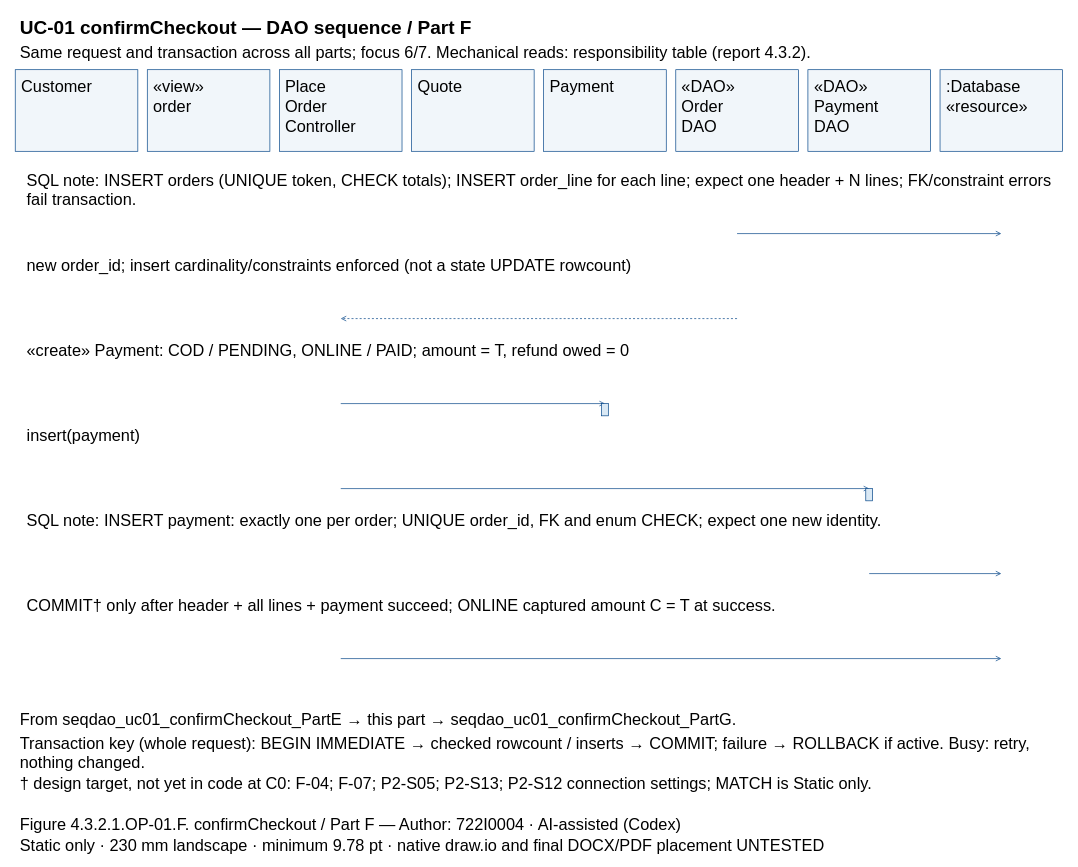
Above: models/UC-01/seqdao_uc01_confirmCheckout_PartF.drawio in Dat071104/SaigonBite (draw.io), before the change. Source tidied: cells renumbered, new cells numbered last; positions are measured from the earlier drawing's top-left corner, leaving out a move shared by most shapes. Both pictures are drawn from the tidied source at 68%, with x=0, y=0 at pixel (15, 12).
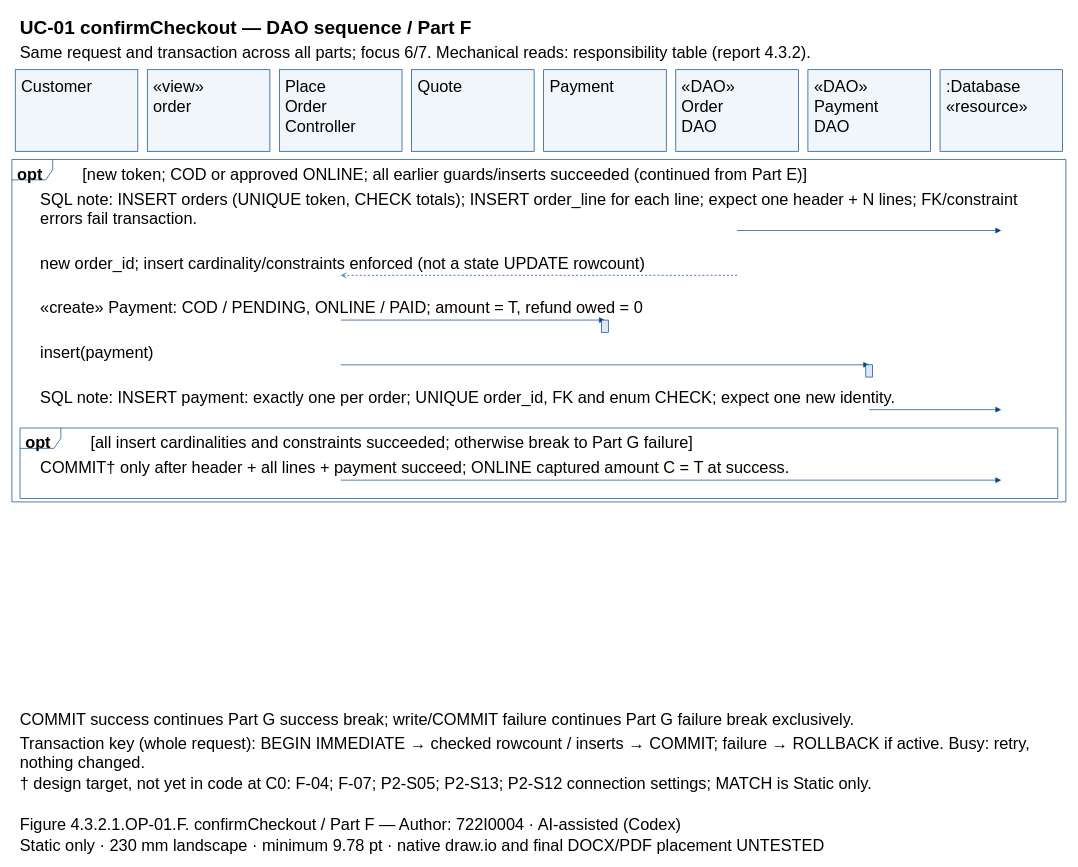
The same diagram, later.

Change to the diagram source:
```diff
@@
+    <mxCell id="51" style="shape=umlFrame;fillColor=none;strokeColor=#004387;" parent="1" vertex="1">
+      <mxGeometry x="-5" y="217" width="1550" height="503.6" as="geometry" />
+    </mxCell>
+    <mxCell id="52" style="shape=umlFrame;fillColor=none;strokeColor=#004387;" parent="1" vertex="1">
+      <mxGeometry x="7" y="611.9" width="1526" height="103.7" as="geometry" />
+    </mxCell>
@@
-    <mxCell id="5" value="Customer" style="text;html=0;whiteSpace=wrap;align=left;verticalAlign=top;strokeColor=none;fillColor=none;fontFamily=Arial;fontSize=24;fontStyle=0;" parent="1" vertex="1">
-      <mxGeometry x="6.9" y="90" width="166.3" height="27.8" as="geometry" />
-    </mxCell>
+    <mxCell id="7" value="Customer" style="text;html=0;whiteSpace=wrap;align=left;verticalAlign=top;strokeColor=none;fillColor=none;fontFamily=Arial;fontSize=24;fontStyle=0;" parent="1" vertex="1">
+      <mxGeometry x="6.9" y="90" width="166.3" height="27.8" as="geometry" />
+    </mxCell>
@@
-    <mxCell id="7" value="«view»&#10;order" style="text;html=0;whiteSpace=wrap;align=left;verticalAlign=top;strokeColor=none;fillColor=none;fontFamily=Arial;fontSize=24;fontStyle=0;" parent="1" vertex="1">
-      <mxGeometry x="201.1" y="90" width="166.3" height="55.7" as="geometry" />
-    </mxCell>
+    <mxCell id="9" value="«view»&#10;order" style="text;html=0;whiteSpace=wrap;align=left;verticalAlign=top;strokeColor=none;fillColor=none;fontFamily=Arial;fontSize=24;fontStyle=0;" parent="1" vertex="1">
+      <mxGeometry x="201.1" y="90" width="166.3" height="55.7" as="geometry" />
+    </mxCell>
@@
-    <mxCell id="9" value="Place&#10;Order&#10;Controller" style="text;html=0;whiteSpace=wrap;align=left;verticalAlign=top;strokeColor=none;fillColor=none;fontFamily=Arial;fontSize=24;fontStyle=0;" parent="1" vertex="1">
-      <mxGeometry x="395.4" y="90" width="166.3" height="83.5" as="geometry" />
-    </mxCell>
+    <mxCell id="11" value="Place&#10;Order&#10;Controller" style="text;html=0;whiteSpace=wrap;align=left;verticalAlign=top;strokeColor=none;fillColor=none;fontFamily=Arial;fontSize=24;fontStyle=0;" parent="1" vertex="1">
+      <mxGeometry x="395.4" y="90" width="166.3" height="83.5" as="geometry" />
+    </mxCell>
@@
-    <mxCell id="11" value="Quote" style="text;html=0;whiteSpace=wrap;align=left;verticalAlign=top;strokeColor=none;fillColor=none;fontFamily=Arial;fontSize=24;fontStyle=0;" parent="1" vertex="1">
-      <mxGeometry x="589.7" y="90" width="166.3" height="27.8" as="geometry" />
-    </mxCell>
+    <mxCell id="13" value="Quote" style="text;html=0;whiteSpace=wrap;align=left;verticalAlign=top;strokeColor=none;fillColor=none;fontFamily=Arial;fontSize=24;fontStyle=0;" parent="1" vertex="1">
+      <mxGeometry x="589.7" y="90" width="166.3" height="27.8" as="geometry" />
+    </mxCell>
@@
-    <mxCell id="13" value="Payment" style="text;html=0;whiteSpace=wrap;align=left;verticalAlign=top;strokeColor=none;fillColor=none;fontFamily=Arial;fontSize=24;fontStyle=0;" parent="1" vertex="1">
-      <mxGeometry x="784" y="90" width="166.3" height="27.8" as="geometry" />
-    </mxCell>
+    <mxCell id="15" value="Payment" style="text;html=0;whiteSpace=wrap;align=left;verticalAlign=top;strokeColor=none;fillColor=none;fontFamily=Arial;fontSize=24;fontStyle=0;" parent="1" vertex="1">
+      <mxGeometry x="784" y="90" width="166.3" height="27.8" as="geometry" />
+    </mxCell>
@@
-    <mxCell id="15" value="«DAO»&#10;Order&#10;DAO" style="text;html=0;whiteSpace=wrap;align=left;verticalAlign=top;strokeColor=none;fillColor=none;fontFamily=Arial;fontSize=24;fontStyle=0;" parent="1" vertex="1">
-      <mxGeometry x="978.3" y="90" width="166.3" height="83.5" as="geometry" />
-    </mxCell>
+    <mxCell id="17" value="«DAO»&#10;Order&#10;DAO" style="text;html=0;whiteSpace=wrap;align=left;verticalAlign=top;strokeColor=none;fillColor=none;fontFamily=Arial;fontSize=24;fontStyle=0;" parent="1" vertex="1">
+      <mxGeometry x="978.3" y="90" width="166.3" height="83.5" as="geometry" />
+    </mxCell>
@@
-    <mxCell id="17" value="«DAO»&#10;Payment&#10;DAO" style="text;html=0;whiteSpace=wrap;align=left;verticalAlign=top;strokeColor=none;fillColor=none;fontFamily=Arial;fontSize=24;fontStyle=0;" parent="1" vertex="1">
-      <mxGeometry x="1172.6" y="90" width="166.3" height="83.5" as="geometry" />
-    </mxCell>
+    <mxCell id="19" value="«DAO»&#10;Payment&#10;DAO" style="text;html=0;whiteSpace=wrap;align=left;verticalAlign=top;strokeColor=none;fillColor=none;fontFamily=Arial;fontSize=24;fontStyle=0;" parent="1" vertex="1">
+      <mxGeometry x="1172.6" y="90" width="166.3" height="83.5" as="geometry" />
+    </mxCell>
@@
-    <mxCell id="19" value=":Database&#10;«resource»" style="text;html=0;whiteSpace=wrap;align=left;verticalAlign=top;strokeColor=none;fillColor=none;fontFamily=Arial;fontSize=24;fontStyle=0;" parent="1" vertex="1">
-      <mxGeometry x="1366.9" y="90" width="166.3" height="55.7" as="geometry" />
-    </mxCell>
+    <mxCell id="53" value=":Database&#10;«resource»" style="text;html=0;whiteSpace=wrap;align=left;verticalAlign=top;strokeColor=none;fillColor=none;fontFamily=Arial;fontSize=24;fontStyle=0;" parent="1" vertex="1">
+      <mxGeometry x="1366.9" y="90" width="166.3" height="55.7" as="geometry" />
+    </mxCell>
+    <mxCell id="54" value="opt" style="text;html=0;whiteSpace=wrap;align=left;verticalAlign=top;strokeColor=none;fillColor=none;fontFamily=Arial;fontSize=24;fontStyle=1;" parent="1" vertex="1">
+      <mxGeometry x="1" y="218" width="84" height="27.8" as="geometry" />
+    </mxCell>
+    <mxCell id="55" value="[new token; COD or approved ONLINE; all earlier guards/inserts succeeded (continued from Part E)]" style="text;html=0;whiteSpace=wrap;align=left;verticalAlign=top;strokeColor=none;fillColor=none;fontFamily=Arial;fontSize=24;fontStyle=0;" parent="1" vertex="1">
+      <mxGeometry x="97" y="218" width="1438" height="27.8" as="geometry" />
+    </mxCell>
+    <mxCell id="56" value="opt" style="text;html=0;whiteSpace=wrap;align=left;verticalAlign=top;strokeColor=none;fillColor=none;fontFamily=Arial;fontSize=24;fontStyle=1;" parent="1" vertex="1">
+      <mxGeometry x="13" y="612.9" width="84" height="27.8" as="geometry" />
+    </mxCell>
+    <mxCell id="57" value="[all insert cardinalities and constraints succeeded; otherwise break to Part G failure]" style="text;html=0;whiteSpace=wrap;align=left;verticalAlign=top;strokeColor=none;fillColor=none;fontFamily=Arial;fontSize=24;fontStyle=0;" parent="1" vertex="1">
+      <mxGeometry x="109" y="612.9" width="1414" height="27.8" as="geometry" />
+    </mxCell>
-    <mxCell id="20" value="SQL note: INSERT orders (UNIQUE token, CHECK totals); INSERT order_line for each line; expect one header + N lines; FK/constraint errors&#10;fail transaction." style="text;html=0;whiteSpace=wrap;align=left;verticalAlign=top;strokeColor=none;fillColor=none;fontFamily=Arial;fontSize=24;fontStyle=0;" parent="1" vertex="1">
-      <mxGeometry x="15" y="227" width="1510" height="55.7" as="geometry" />
+    <mxCell id="20" value="SQL note: INSERT orders (UNIQUE token, CHECK totals); INSERT order_line for each line; expect one header + N lines; FK/constraint&#10;errors fail transaction." style="text;html=0;whiteSpace=wrap;align=left;verticalAlign=top;strokeColor=none;fillColor=none;fontFamily=Arial;fontSize=24;fontStyle=0;" parent="1" vertex="1">
+      <mxGeometry x="35" y="254.8" width="1470" height="55.7" as="geometry" />
     </mxCell>
     <mxCell id="21" style="opacity=0;" parent="1" vertex="1">
-      <mxGeometry x="1061.4" y="326" as="geometry" />
+      <mxGeometry x="1061.4" y="321.5" as="geometry" />
     </mxCell>
     <mxCell id="22" style="opacity=0;" parent="1" vertex="1">
-      <mxGeometry x="1450" y="326" as="geometry" />
+      <mxGeometry x="1450" y="321.5" as="geometry" />
     </mxCell>
-    <mxCell id="23" style="edgeStyle=none;endArrow=open;strokeColor=#004387;exitX=0.5;entryX=0.5;exitPerimeter=0;entryPerimeter=0;" parent="1" edge="1" source="21" target="22">
+    <mxCell id="23" style="edgeStyle=none;endArrow=block;endFill=1;strokeColor=#004387;exitX=0.5;entryX=0.5;exitPerimeter=0;entryPerimeter=0;" parent="1" edge="1" source="21" target="22">
       <mxGeometry relative="1" as="geometry" />
     </mxCell>
     <mxCell id="24" value="new order_id; insert cardinality/constraints enforced (not a state UPDATE rowcount)" style="text;html=0;whiteSpace=wrap;align=left;verticalAlign=top;strokeColor=none;fillColor=none;fontFamily=Arial;fontSize=24;fontStyle=0;" parent="1" vertex="1">
-      <mxGeometry x="15" y="352" width="1510" height="27.8" as="geometry" />
+      <mxGeometry x="35" y="348.5" width="1470" height="27.8" as="geometry" />
     </mxCell>
     <mxCell id="25" style="opacity=0;" parent="1" vertex="1">
-      <mxGeometry x="1061.4" y="451" as="geometry" />
+      <mxGeometry x="1061.4" y="387.4" as="geometry" />
     </mxCell>
     <mxCell id="26" style="opacity=0;" parent="1" vertex="1">
-      <mxGeometry x="478.6" y="451" as="geometry" />
+      <mxGeometry x="478.6" y="387.4" as="geometry" />
     </mxCell>
-    <mxCell id="27" style="edgeStyle=none;endArrow=open;strokeColor=#004387;dashed=1;exitX=0.5;entryX=0.5;exitPerimeter=0;entryPerimeter=0;" parent="1" edge="1" source="25" target="26">
+    <mxCell id="27" style="edgeStyle=none;endArrow=open;endFill=0;strokeColor=#004387;dashed=1;exitX=0.5;entryX=0.5;exitPerimeter=0;entryPerimeter=0;" parent="1" edge="1" source="25" target="26">
       <mxGeometry relative="1" as="geometry" />
     </mxCell>
-    <mxCell id="28" value="«create» Payment: COD / PENDING, ONLINE / PAID; amount = T, refund owed = 0" style="text;html=0;whiteSpace=wrap;align=left;verticalAlign=top;strokeColor=none;fillColor=none;fontFamily=Arial;fontSize=24;fontStyle=0;" parent="1" vertex="1">
-      <mxGeometry x="15" y="477" width="1510" height="27.8" as="geometry" />
-    </mxCell>
+    <mxCell id="38" value="«create» Payment: COD / PENDING, ONLINE / PAID; amount = T, refund owed = 0" style="text;html=0;whiteSpace=wrap;align=left;verticalAlign=top;strokeColor=none;fillColor=none;fontFamily=Arial;fontSize=24;fontStyle=0;" parent="1" vertex="1">
+      <mxGeometry x="35" y="414.4" width="1470" height="27.8" as="geometry" />
+    </mxCell>
     <mxCell id="29" style="opacity=0;" parent="1" vertex="1">
-      <mxGeometry x="478.6" y="576" as="geometry" />
+      <mxGeometry x="478.6" y="453.2" as="geometry" />
     </mxCell>
     <mxCell id="30" style="opacity=0;" parent="1" vertex="1">
-      <mxGeometry x="867.1" y="576" as="geometry" />
+      <mxGeometry x="867.1" y="453.2" as="geometry" />
     </mxCell>
-    <mxCell id="31" style="edgeStyle=none;endArrow=open;strokeColor=#004387;exitX=0.5;entryX=0.5;exitPerimeter=0;entryPerimeter=0;" parent="1" edge="1" source="29" target="30">
+    <mxCell id="31" style="edgeStyle=none;endArrow=block;endFill=1;strokeColor=#004387;exitX=0.5;entryX=0.5;exitPerimeter=0;entryPerimeter=0;" parent="1" edge="1" source="29" target="30">
       <mxGeometry relative="1" as="geometry" />
     </mxCell>
-    <mxCell id="32" style="fillColor=#DAE9F5;strokeColor=#004387;" parent="1" vertex="1">
-      <mxGeometry x="862.1" y="576" width="10" height="18" as="geometry" />
-    </mxCell>
+    <mxCell id="58" style="fillColor=#DAE9F5;strokeColor=#004387;" parent="1" vertex="1">
+      <mxGeometry x="862.1" y="453.2" width="10" height="18" as="geometry" />
+    </mxCell>
     <mxCell id="33" value="insert(payment)" style="text;html=0;whiteSpace=wrap;align=left;verticalAlign=top;strokeColor=none;fillColor=none;fontFamily=Arial;fontSize=24;fontStyle=0;" parent="1" vertex="1">
-      <mxGeometry x="15" y="602" width="1510" height="27.8" as="geometry" />
+      <mxGeometry x="35" y="480.2" width="1470" height="27.8" as="geometry" />
     </mxCell>
     <mxCell id="34" style="opacity=0;" parent="1" vertex="1">
-      <mxGeometry x="478.6" y="701" as="geometry" />
+      <mxGeometry x="478.6" y="519" as="geometry" />
     </mxCell>
     <mxCell id="35" style="opacity=0;" parent="1" vertex="1">
-      <mxGeometry x="1255.7" y="701" as="geometry" />
+      <mxGeometry x="1255.7" y="519" as="geometry" />
     </mxCell>
-    <mxCell id="36" style="edgeStyle=none;endArrow=open;strokeColor=#004387;exitX=0.5;entryX=0.5;exitPerimeter=0;entryPerimeter=0;" parent="1" edge="1" source="34" target="35">
+    <mxCell id="36" style="edgeStyle=none;endArrow=block;endFill=1;strokeColor=#004387;exitX=0.5;entryX=0.5;exitPerimeter=0;entryPerimeter=0;" parent="1" edge="1" source="34" target="35">
       <mxGeometry relative="1" as="geometry" />
     </mxCell>
-    <mxCell id="37" style="fillColor=#DAE9F5;strokeColor=#004387;" parent="1" vertex="1">
-      <mxGeometry x="1250.7" y="701" width="10" height="18" as="geometry" />
-    </mxCell>
-    <mxCell id="38" value="SQL note: INSERT payment: exactly one per order; UNIQUE order_id, FK and enum CHECK; expect one new identity." style="text;html=0;whiteSpace=wrap;align=left;verticalAlign=top;strokeColor=none;fillColor=none;fontFamily=Arial;fontSize=24;fontStyle=0;" parent="1" vertex="1">
-      <mxGeometry x="15" y="727" width="1510" height="27.8" as="geometry" />
-    </mxCell>
+    <mxCell id="59" style="fillColor=#DAE9F5;strokeColor=#004387;" parent="1" vertex="1">
+      <mxGeometry x="1250.7" y="519" width="10" height="18" as="geometry" />
+    </mxCell>
+    <mxCell id="48" value="SQL note: INSERT payment: exactly one per order; UNIQUE order_id, FK and enum CHECK; expect one new identity." style="text;html=0;whiteSpace=wrap;align=left;verticalAlign=top;strokeColor=none;fillColor=none;fontFamily=Arial;fontSize=24;fontStyle=0;" parent="1" vertex="1">
+      <mxGeometry x="35" y="546" width="1470" height="27.8" as="geometry" />
+    </mxCell>
     <mxCell id="39" style="opacity=0;" parent="1" vertex="1">
-      <mxGeometry x="1255.7" y="826" as="geometry" />
+      <mxGeometry x="1255.7" y="584.9" as="geometry" />
     </mxCell>
     <mxCell id="40" style="opacity=0;" parent="1" vertex="1">
-      <mxGeometry x="1450" y="826" as="geometry" />
+      <mxGeometry x="1450" y="584.9" as="geometry" />
     </mxCell>
-    <mxCell id="41" style="edgeStyle=none;endArrow=open;strokeColor=#004387;exitX=0.5;entryX=0.5;exitPerimeter=0;entryPerimeter=0;" parent="1" edge="1" source="39" target="40">
+    <mxCell id="41" style="edgeStyle=none;endArrow=block;endFill=1;strokeColor=#004387;exitX=0.5;entryX=0.5;exitPerimeter=0;entryPerimeter=0;" parent="1" edge="1" source="39" target="40">
       <mxGeometry relative="1" as="geometry" />
     </mxCell>
-    <mxCell id="42" value="COMMIT† only after header + all lines + payment succeed; ONLINE captured amount C = T at success." style="text;html=0;whiteSpace=wrap;align=left;verticalAlign=top;strokeColor=none;fillColor=none;fontFamily=Arial;fontSize=24;fontStyle=0;" parent="1" vertex="1">
-      <mxGeometry x="15" y="852" width="1510" height="27.8" as="geometry" />
-    </mxCell>
+    <mxCell id="50" value="COMMIT† only after header + all lines + payment succeed; ONLINE captured amount C = T at success." style="text;html=0;whiteSpace=wrap;align=left;verticalAlign=top;strokeColor=none;fillColor=none;fontFamily=Arial;fontSize=24;fontStyle=0;" parent="1" vertex="1">
+      <mxGeometry x="35" y="649.7" width="1470" height="27.8" as="geometry" />
+    </mxCell>
     <mxCell id="43" style="opacity=0;" parent="1" vertex="1">
-      <mxGeometry x="478.6" y="951" as="geometry" />
+      <mxGeometry x="478.6" y="688.6" as="geometry" />
     </mxCell>
     <mxCell id="44" style="opacity=0;" parent="1" vertex="1">
-      <mxGeometry x="1450" y="951" as="geometry" />
+      <mxGeometry x="1450" y="688.6" as="geometry" />
     </mxCell>
-    <mxCell id="45" style="edgeStyle=none;endArrow=open;strokeColor=#004387;exitX=0.5;entryX=0.5;exitPerimeter=0;entryPerimeter=0;" parent="1" edge="1" source="43" target="44">
+    <mxCell id="45" style="edgeStyle=none;endArrow=block;endFill=1;strokeColor=#004387;exitX=0.5;entryX=0.5;exitPerimeter=0;entryPerimeter=0;" parent="1" edge="1" source="43" target="44">
       <mxGeometry relative="1" as="geometry" />
     </mxCell>
-    <mxCell id="46" value="From seqdao_uc01_confirmCheckout_PartE → this part → seqdao_uc01_confirmCheckout_PartG." style="text;html=0;whiteSpace=wrap;align=left;verticalAlign=top;strokeColor=none;fillColor=none;fontFamily=Arial;fontSize=24;fontStyle=0;" parent="1" vertex="1">
-      <mxGeometry x="5" y="1020" width="1530" height="27.8" as="geometry" />
-    </mxCell>
+    <mxCell id="60" value="COMMIT success continues Part G success break; write/COMMIT failure continues Part G failure break exclusively." style="text;html=0;whiteSpace=wrap;align=left;verticalAlign=top;strokeColor=none;fillColor=none;fontFamily=Arial;fontSize=24;fontStyle=0;" parent="1" vertex="1">
+      <mxGeometry x="5" y="1020" width="1530" height="27.8" as="geometry" />
+    </mxCell>
@@
-    <mxCell id="48" value="† design target, not yet in code at C0: F-04; F-07; P2-S05; P2-S13; P2-S12 connection settings; MATCH is Static only." style="text;html=0;whiteSpace=wrap;align=left;verticalAlign=top;strokeColor=none;fillColor=none;fontFamily=Arial;fontSize=24;fontStyle=0;" parent="1" vertex="1">
-      <mxGeometry x="5" y="1115" width="1530" height="27.8" as="geometry" />
-    </mxCell>
+    <mxCell id="61" value="† design target, not yet in code at C0: F-04; F-07; P2-S05; P2-S13; P2-S12 connection settings; MATCH is Static only." style="text;html=0;whiteSpace=wrap;align=left;verticalAlign=top;strokeColor=none;fillColor=none;fontFamily=Arial;fontSize=24;fontStyle=0;" parent="1" vertex="1">
+      <mxGeometry x="5" y="1115" width="1530" height="27.8" as="geometry" />
+    </mxCell>
@@
-    <mxCell id="50" value="Static only · 230 mm landscape · minimum 9.78 pt · native draw.io and final DOCX/PDF placement UNTESTED" style="text;html=0;whiteSpace=wrap;align=left;verticalAlign=top;strokeColor=none;fillColor=none;fontFamily=Arial;fontSize=24;fontStyle=0;" parent="1" vertex="1">
-      <mxGeometry x="5" y="1205" width="1530" height="27.8" as="geometry" />
-    </mxCell>
+    <mxCell id="62" value="Static only · 230 mm landscape · minimum 9.78 pt · native draw.io and final DOCX/PDF placement UNTESTED" style="text;html=0;whiteSpace=wrap;align=left;verticalAlign=top;strokeColor=none;fillColor=none;fontFamily=Arial;fontSize=24;fontStyle=0;" parent="1" vertex="1">
+      <mxGeometry x="5" y="1205" width="1530" height="27.8" as="geometry" />
+    </mxCell>
```
